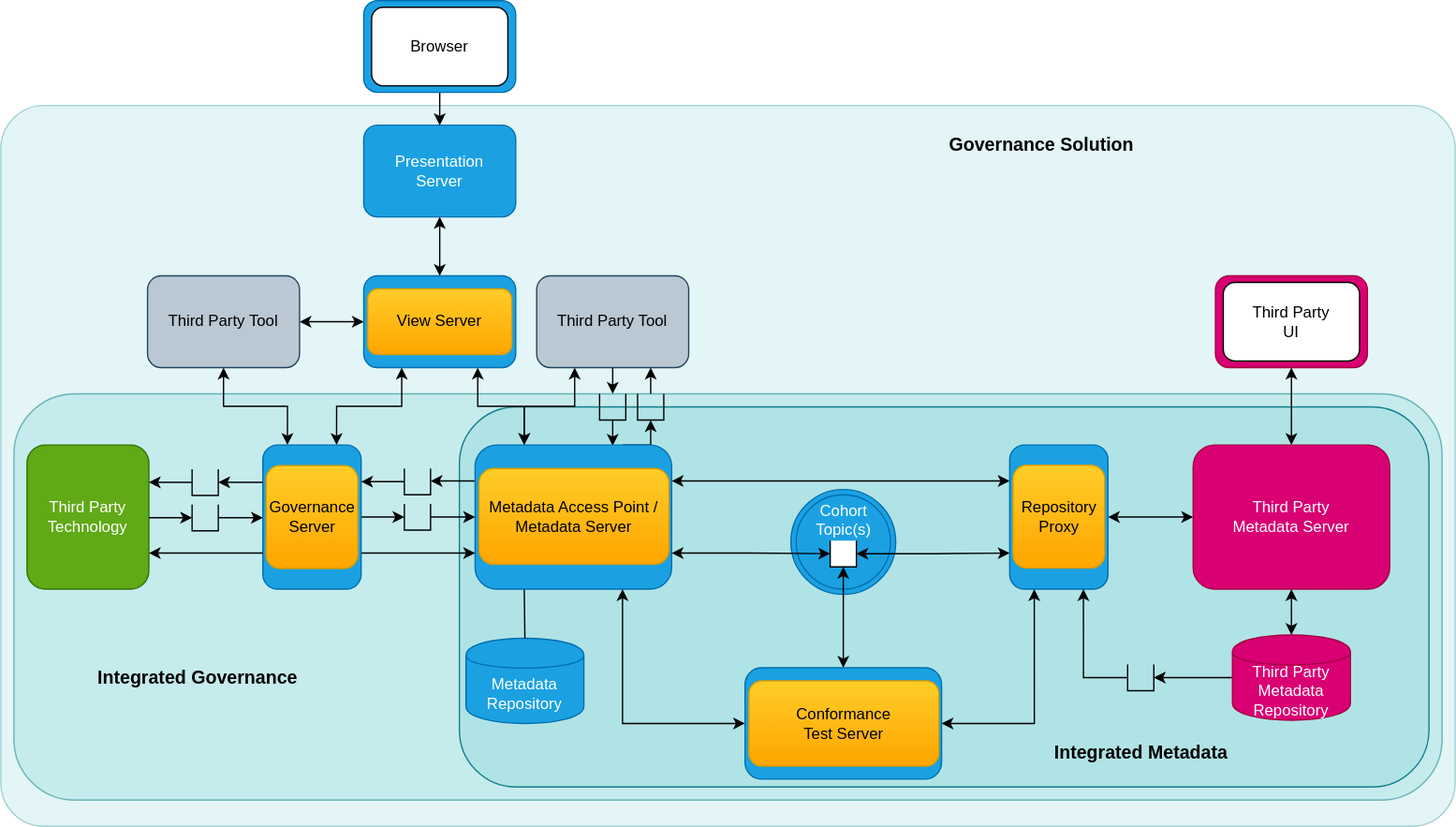
Earlier version of the draw.io export site/docs/introduction/egeria-solution-components.svg (odpi/egeria-docs). Source tidied: cells renumbered, new cells last; positions are measured from the earlier drawing's top-left corner, leaving out a move shared by most shapes.
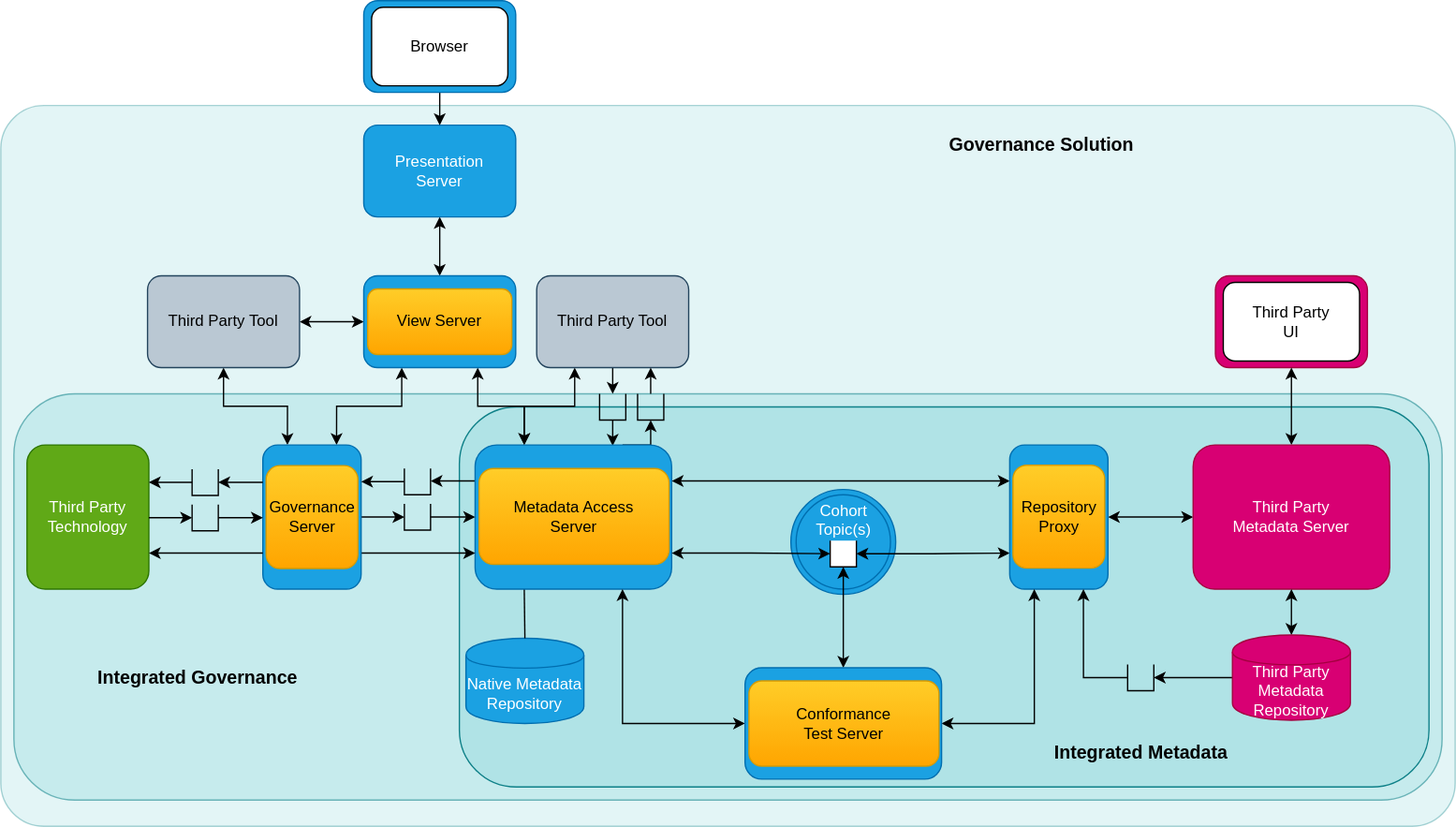
After the commit.

The edit, as a diff of the source:
```diff
@@ -23,7 +23,7 @@
     <mxCell id="8" value="Presentation&lt;br&gt;Server" style="rounded=1;whiteSpace=wrap;html=1;fillColor=#1ba1e2;strokeColor=#006EAF;fontColor=#ffffff;" parent="1" vertex="1">
       <mxGeometry x="277" y="95" width="116" height="70" as="geometry" />
     </mxCell>
-    <mxCell id="9" value="Metadata&lt;br&gt;Repository&lt;br&gt;" style="shape=cylinder;whiteSpace=wrap;html=1;boundedLbl=1;backgroundOutline=1;fillColor=#1ba1e2;strokeColor=#006EAF;fontColor=#ffffff;" parent="1" vertex="1">
+    <mxCell id="9" value="Native Metadata&lt;br&gt;Repository" style="shape=cylinder;whiteSpace=wrap;html=1;boundedLbl=1;backgroundOutline=1;fillColor=#1ba1e2;strokeColor=#006EAF;fontColor=#ffffff;" parent="1" vertex="1">
       <mxGeometry x="355" y="486.5" width="90" height="65" as="geometry" />
     </mxCell>
     <mxCell id="10" style="edgeStyle=orthogonalEdgeStyle;rounded=0;jettySize=auto;html=1;exitX=0.25;exitY=1;exitDx=0;exitDy=0;endArrow=none;endFill=0;entryX=0.5;entryY=0;entryDx=0;entryDy=0;" parent="1" edge="1" source="15" target="9">
@@ -212,7 +212,7 @@
     <mxCell id="65" value="Governance&lt;br&gt;Server" style="rounded=1;whiteSpace=wrap;html=1;gradientColor=#ffa500;fillColor=#ffcd28;strokeColor=#d79b00;" parent="1" vertex="1">
       <mxGeometry x="202.5" y="354.8" width="70" height="78.5" as="geometry" />
     </mxCell>
-    <mxCell id="66" value="Metadata Access Point /&lt;br&gt;Metadata Server" style="rounded=1;whiteSpace=wrap;html=1;gradientColor=#ffa500;fillColor=#ffcd28;strokeColor=#d79b00;" parent="1" vertex="1">
+    <mxCell id="66" value="Metadata Access&lt;br&gt;Server" style="rounded=1;whiteSpace=wrap;html=1;gradientColor=#ffa500;fillColor=#ffcd28;strokeColor=#d79b00;" parent="1" vertex="1">
       <mxGeometry x="365" y="357" width="145" height="73" as="geometry" />
     </mxCell>
     <mxCell id="67" value="Repository&lt;br&gt;Proxy" style="rounded=1;whiteSpace=wrap;html=1;gradientColor=#ffa500;fillColor=#ffcd28;strokeColor=#d79b00;" parent="1" vertex="1">
```
